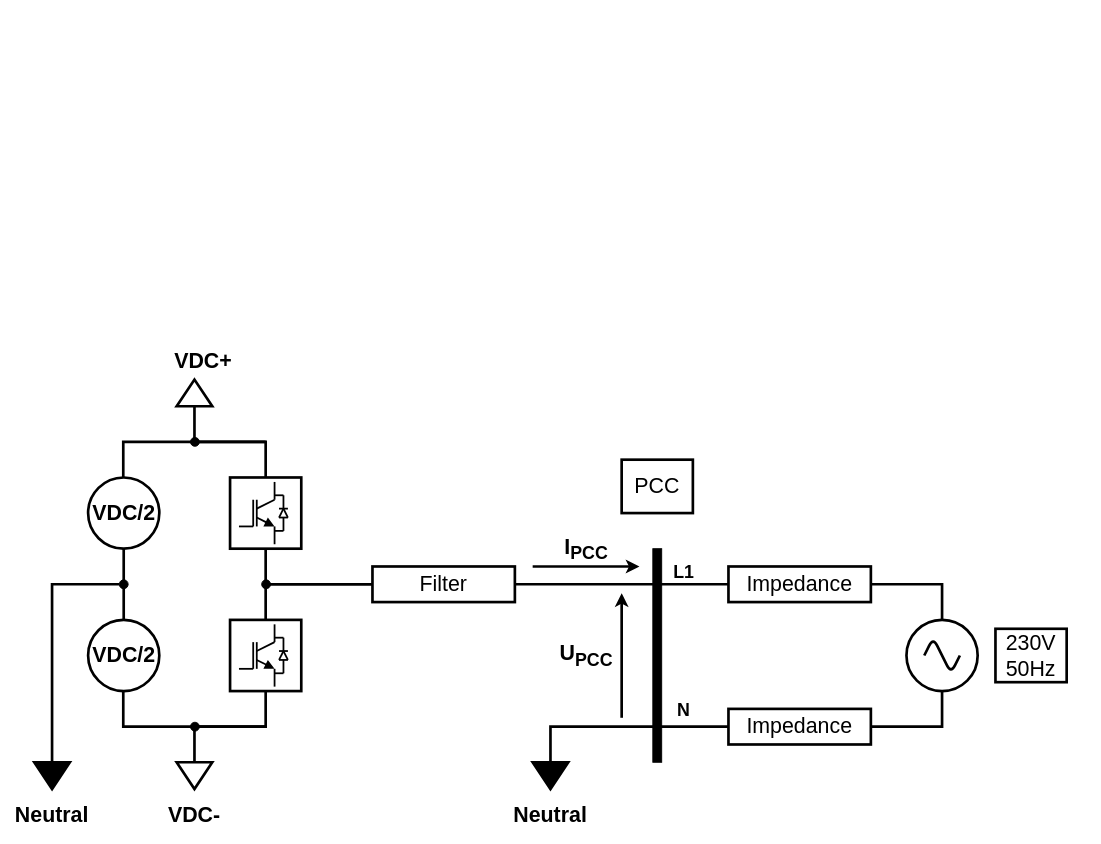
SukuWc/SGM-Inverter keeps this draw.io diagram as page "Updated Model" (6 of 11) of Graphics/Inverter Graphics.drawio. Above is the earlier version. Source tidied: cells renumbered, new cells numbered last; positions are measured from the earlier drawing's top-left corner, leaving out a move shared by most shapes. Both pictures are drawn from the tidied source at 89%, with x=0, y=0 at pixel (34, 352).
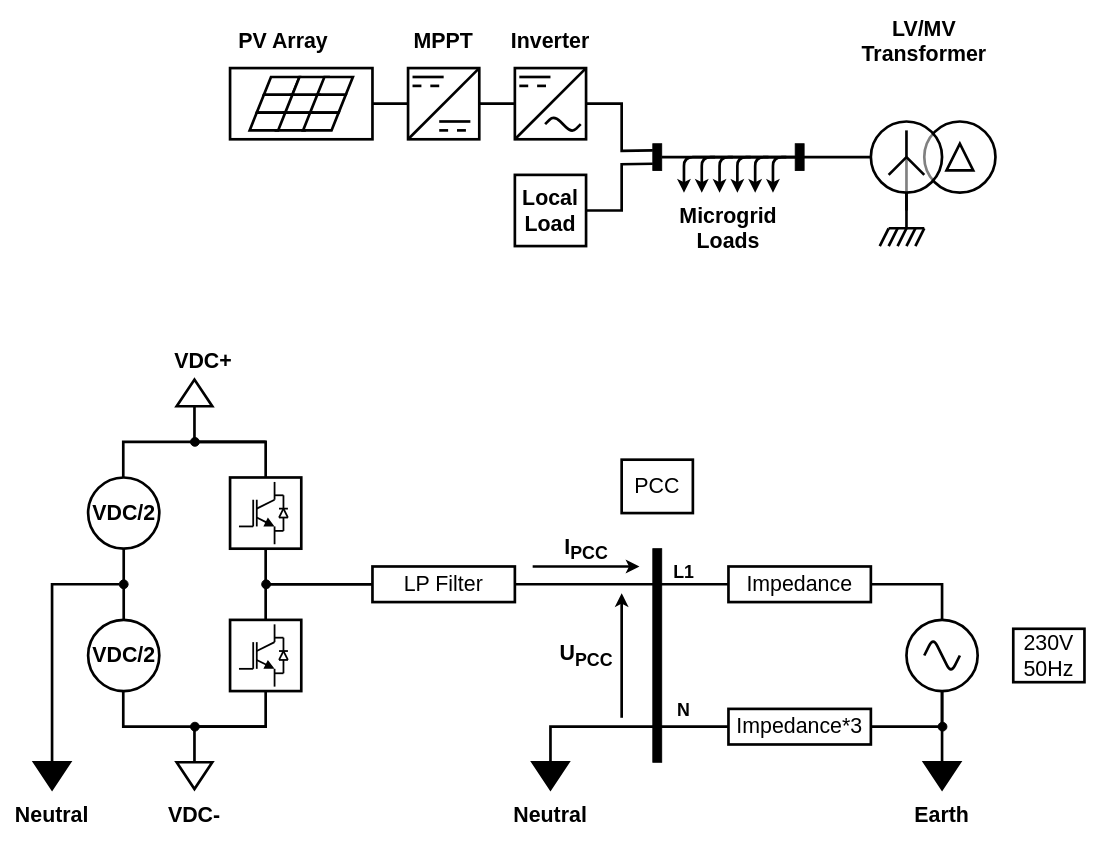
Above is the later version.

The change refers to these unchanged cells:
```xml
<mxCell id="50" style="ellipse;whiteSpace=wrap;html=1;strokeWidth=3;" parent="1" vertex="1">
  <mxGeometry x="980" y="300" width="80" height="80" as="geometry" />
</mxCell>
```

Change to the diagram source:
```diff
@@
+    <mxCell id="73" style="edgeStyle=none;rounded=0;jettySize=auto;html=1;exitX=1;exitY=0.5;exitDx=0;exitDy=0;entryX=0;entryY=0.5;entryDx=0;entryDy=0;labelBackgroundColor=none;endArrow=none;endFill=0;strokeWidth=3;fontSize=24;" parent="1" edge="1" source="74" target="114">
+      <mxGeometry relative="1" as="geometry" />
+    </mxCell>
+    <mxCell id="74" style="rounded=0;whiteSpace=wrap;html=1;strokeColor=#000000;strokeWidth=3;fillColor=#ffffff;gradientColor=none;fontSize=24;" parent="1" vertex="1">
+      <mxGeometry x="220" y="-320" width="160" height="80" as="geometry" />
+    </mxCell>
+    <mxCell id="75" style="ellipse;whiteSpace=wrap;html=1;strokeWidth=3;gradientDirection=east;gradientColor=#ffffff;" parent="1" vertex="1">
+      <mxGeometry x="1000" y="-260" width="80" height="80" as="geometry" />
+    </mxCell>
@@
-    <mxCell id="8" value="Filter" style="rounded=0;whiteSpace=wrap;html=1;strokeWidth=3;fontSize=24;" parent="1" vertex="1">
+    <mxCell id="8" value="LP Filter" style="rounded=0;whiteSpace=wrap;html=1;strokeWidth=3;fontSize=24;" parent="1" vertex="1">
       <mxGeometry x="380" y="240" width="160" height="40" as="geometry" />
     </mxCell>
@@
-    <mxCell id="48" value="Impedance" style="rounded=0;whiteSpace=wrap;html=1;strokeWidth=3;fontSize=24;" parent="1" vertex="1">
+    <mxCell id="48" value="Impedance*3" style="rounded=0;whiteSpace=wrap;html=1;strokeWidth=3;fontSize=24;" parent="1" vertex="1">
       <mxGeometry x="780" y="400" width="160" height="40" as="geometry" />
     </mxCell>
@@
     <mxCell id="52" value="230V&lt;br&gt;50Hz" style="rounded=0;whiteSpace=wrap;html=1;strokeWidth=3;fontSize=24;" parent="1" vertex="1">
-      <mxGeometry x="1080" y="310" width="80" height="60" as="geometry" />
+      <mxGeometry x="1100" y="310" width="80" height="60" as="geometry" />
     </mxCell>
@@
+    <mxCell id="76" style="edgeStyle=orthogonalEdgeStyle;rounded=0;jettySize=auto;html=1;exitX=0;exitY=0.5;exitDx=0;exitDy=0;entryX=0.5;entryY=1;entryDx=0;entryDy=0;endArrow=none;endFill=0;strokeWidth=3;" parent="1" edge="1" source="77" target="50">
+      <mxGeometry relative="1" as="geometry" />
+    </mxCell>
+    <mxCell id="77" style="triangle;whiteSpace=wrap;html=1;strokeWidth=3;direction=south;fillColor=#000000;" parent="1" vertex="1">
+      <mxGeometry x="1000" y="460" width="40" height="30" as="geometry" />
+    </mxCell>
+    <mxCell id="78" value="Earth" style="text;html=1;strokeColor=none;fillColor=none;align=center;verticalAlign=middle;whiteSpace=wrap;rounded=0;fontStyle=1;fontSize=24;" parent="1" vertex="1">
+      <mxGeometry x="1000" y="510" width="40" height="20" as="geometry" />
+    </mxCell>
+    <mxCell id="79" style="ellipse;whiteSpace=wrap;html=1;fillColor=#000000;" parent="1" vertex="1">
+      <mxGeometry x="1015.5" y="415" width="10" height="10" as="geometry" />
+    </mxCell>
+    <mxCell id="80" style="edgeStyle=orthogonalEdgeStyle;rounded=0;jettySize=auto;html=1;exitX=0.5;exitY=1;exitDx=0;exitDy=0;endArrow=none;endFill=0;strokeWidth=3;" parent="1" edge="1" source="82">
+      <mxGeometry relative="1" as="geometry">
+        <mxPoint x="980" y="-220" as="targetPoint" />
+      </mxGeometry>
+    </mxCell>
+    <mxCell id="81" style="edgeStyle=orthogonalEdgeStyle;rounded=0;jettySize=auto;html=1;exitX=0.5;exitY=1;exitDx=0;exitDy=0;endArrow=none;endFill=0;strokeWidth=3;" parent="1" edge="1" source="82">
+      <mxGeometry relative="1" as="geometry">
+        <mxPoint x="980" y="-140" as="targetPoint" />
+      </mxGeometry>
+    </mxCell>
+    <mxCell id="82" style="ellipse;whiteSpace=wrap;html=1;strokeWidth=3;fillOpacity=50;" parent="1" vertex="1">
+      <mxGeometry x="940" y="-260" width="80" height="80" as="geometry" />
+    </mxCell>
+    <mxCell id="83" style="endArrow=none;html=1;strokeWidth=3;" parent="1" edge="1">
+      <mxGeometry relative="1" as="geometry">
+        <mxPoint x="960" y="-200" as="sourcePoint" />
+        <mxPoint x="980" y="-220" as="targetPoint" />
+      </mxGeometry>
+    </mxCell>
+    <mxCell id="84" style="endArrow=none;html=1;strokeWidth=3;" parent="1" edge="1">
+      <mxGeometry relative="1" as="geometry">
+        <mxPoint x="1000" y="-200" as="sourcePoint" />
+        <mxPoint x="980" y="-220" as="targetPoint" />
+      </mxGeometry>
+    </mxCell>
+    <mxCell id="85" style="endArrow=none;html=1;strokeWidth=3;" parent="1" edge="1">
+      <mxGeometry relative="1" as="geometry">
+        <mxPoint x="980" y="-250" as="sourcePoint" />
+        <mxPoint x="980" y="-220" as="targetPoint" />
+      </mxGeometry>
+    </mxCell>
+    <mxCell id="86" style="triangle;whiteSpace=wrap;html=1;fillColor=none;strokeWidth=3;direction=north;" parent="1" vertex="1">
+      <mxGeometry x="1025" y="-235" width="30" height="30" as="geometry" />
+    </mxCell>
+    <mxCell id="87" style="endArrow=none;html=1;strokeWidth=3;" parent="1" edge="1">
+      <mxGeometry relative="1" as="geometry">
+        <mxPoint x="950" y="-120" as="sourcePoint" />
+        <mxPoint x="960" y="-140" as="targetPoint" />
+      </mxGeometry>
+    </mxCell>
+    <mxCell id="88" style="endArrow=none;html=1;strokeWidth=3;" parent="1" edge="1">
+      <mxGeometry relative="1" as="geometry">
+        <mxPoint x="960" y="-120" as="sourcePoint" />
+        <mxPoint x="970" y="-140" as="targetPoint" />
+      </mxGeometry>
+    </mxCell>
+    <mxCell id="89" style="endArrow=none;html=1;strokeWidth=3;" parent="1" edge="1">
+      <mxGeometry relative="1" as="geometry">
+        <mxPoint x="970" y="-120" as="sourcePoint" />
+        <mxPoint x="980" y="-140" as="targetPoint" />
+      </mxGeometry>
+    </mxCell>
+    <mxCell id="90" style="endArrow=none;html=1;strokeWidth=3;" parent="1" edge="1">
+      <mxGeometry relative="1" as="geometry">
+        <mxPoint x="980" y="-120" as="sourcePoint" />
+        <mxPoint x="990" y="-140" as="targetPoint" />
+      </mxGeometry>
+    </mxCell>
+    <mxCell id="91" style="endArrow=none;html=1;strokeWidth=3;" parent="1" edge="1">
+      <mxGeometry relative="1" as="geometry">
+        <mxPoint x="960" y="-140" as="sourcePoint" />
+        <mxPoint x="1000" y="-140" as="targetPoint" />
+      </mxGeometry>
+    </mxCell>
+    <mxCell id="92" style="endArrow=none;html=1;strokeWidth=3;" parent="1" edge="1">
+      <mxGeometry relative="1" as="geometry">
+        <mxPoint x="990" y="-120" as="sourcePoint" />
+        <mxPoint x="1000" y="-140" as="targetPoint" />
+      </mxGeometry>
+    </mxCell>
+    <mxCell id="93" style="endArrow=none;html=1;strokeWidth=3;entryX=0;entryY=0.5;entryDx=0;entryDy=0;" parent="1" edge="1" target="82">
+      <mxGeometry relative="1" as="geometry">
+        <mxPoint x="860" y="-220" as="sourcePoint" />
+      </mxGeometry>
+    </mxCell>
+    <mxCell id="94" style="rounded=0;whiteSpace=wrap;html=1;fillColor=#000000;" parent="1" vertex="1">
+      <mxGeometry x="855" y="-235" width="10" height="30" as="geometry" />
+    </mxCell>
+    <mxCell id="95" style="edgeStyle=orthogonalEdgeStyle;rounded=0;jettySize=auto;html=1;exitX=1;exitY=0.5;exitDx=0;exitDy=0;entryX=0;entryY=0.5;entryDx=0;entryDy=0;endArrow=none;endFill=0;strokeWidth=3;" parent="1" edge="1" source="97" target="94">
+      <mxGeometry relative="1" as="geometry" />
+    </mxCell>
+    <mxCell id="96" style="edgeStyle=none;rounded=0;jettySize=auto;html=1;exitX=0;exitY=0.25;exitDx=0;exitDy=0;entryX=1;entryY=0.5;entryDx=0;entryDy=0;labelBackgroundColor=none;endArrow=none;endFill=0;strokeWidth=3;" parent="1" edge="1" source="97" target="98">
+      <mxGeometry relative="1" as="geometry">
+        <Array as="points">
+          <mxPoint x="660" y="-227" />
+          <mxPoint x="660" y="-280" />
+        </Array>
+      </mxGeometry>
+    </mxCell>
+    <mxCell id="97" style="rounded=0;whiteSpace=wrap;html=1;fillColor=#000000;" parent="1" vertex="1">
+      <mxGeometry x="695" y="-235" width="10" height="30" as="geometry" />
+    </mxCell>
+    <mxCell id="98" style="whiteSpace=wrap;html=1;strokeWidth=3;" parent="1" vertex="1">
+      <mxGeometry x="540" y="-320" width="80" height="80" as="geometry" />
+    </mxCell>
+    <mxCell id="99" style="endArrow=none;html=1;strokeWidth=3;" parent="1" edge="1">
+      <mxGeometry relative="1" as="geometry">
+        <mxPoint x="545" y="-310" as="sourcePoint" />
+        <mxPoint x="580" y="-310" as="targetPoint" />
+      </mxGeometry>
+    </mxCell>
+    <mxCell id="100" style="rounded=0;orthogonalLoop=1;jettySize=auto;html=1;exitX=0;exitY=1;exitDx=0;exitDy=0;entryX=1;entryY=0;entryDx=0;entryDy=0;endArrow=none;endFill=0;strokeWidth=3;" parent="1" edge="1" source="98" target="98">
+      <mxGeometry relative="1" as="geometry" />
+    </mxCell>
+    <mxCell id="101" style="endArrow=none;html=1;strokeWidth=3;" parent="1" edge="1">
+      <mxGeometry relative="1" as="geometry">
+        <mxPoint x="574" y="-257" as="sourcePoint" />
+        <mxPoint x="614" y="-257" as="targetPoint" />
+        <Array as="points">
+          <mxPoint x="584" y="-267" />
+          <mxPoint x="604" y="-247" />
+        </Array>
+      </mxGeometry>
+    </mxCell>
+    <mxCell id="102" style="endArrow=none;html=1;strokeWidth=3;" parent="1" edge="1">
+      <mxGeometry relative="1" as="geometry">
+        <mxPoint x="545" y="-300" as="sourcePoint" />
+        <mxPoint x="555" y="-300" as="targetPoint" />
+      </mxGeometry>
+    </mxCell>
+    <mxCell id="103" style="endArrow=none;html=1;strokeWidth=3;" parent="1" edge="1">
+      <mxGeometry relative="1" as="geometry">
+        <mxPoint x="565" y="-300" as="sourcePoint" />
+        <mxPoint x="575" y="-300" as="targetPoint" />
+      </mxGeometry>
+    </mxCell>
+    <mxCell id="104" style="endArrow=classic;html=1;strokeWidth=3;exitX=0;exitY=0.5;exitDx=0;exitDy=0;" parent="1" edge="1">
+      <mxGeometry relative="1" as="geometry">
+        <mxPoint x="865" y="-220" as="sourcePoint" />
+        <mxPoint x="830" y="-180" as="targetPoint" />
+        <Array as="points">
+          <mxPoint x="830" y="-220" />
+        </Array>
+      </mxGeometry>
+    </mxCell>
+    <mxCell id="105" style="endArrow=classic;html=1;strokeWidth=3;exitX=0;exitY=0.5;exitDx=0;exitDy=0;" parent="1" edge="1">
+      <mxGeometry relative="1" as="geometry">
+        <mxPoint x="845" y="-220" as="sourcePoint" />
+        <mxPoint x="810" y="-180" as="targetPoint" />
+        <Array as="points">
+          <mxPoint x="810" y="-220" />
+        </Array>
+      </mxGeometry>
+    </mxCell>
+    <mxCell id="106" style="endArrow=classic;html=1;strokeWidth=3;exitX=0;exitY=0.5;exitDx=0;exitDy=0;" parent="1" edge="1">
+      <mxGeometry relative="1" as="geometry">
+        <mxPoint x="825" y="-220" as="sourcePoint" />
+        <mxPoint x="790" y="-180" as="targetPoint" />
+        <Array as="points">
+          <mxPoint x="790" y="-220" />
+        </Array>
+      </mxGeometry>
+    </mxCell>
+    <mxCell id="107" style="endArrow=classic;html=1;strokeWidth=3;exitX=0;exitY=0.5;exitDx=0;exitDy=0;" parent="1" edge="1">
+      <mxGeometry relative="1" as="geometry">
+        <mxPoint x="805" y="-220" as="sourcePoint" />
+        <mxPoint x="770" y="-180" as="targetPoint" />
+        <Array as="points">
+          <mxPoint x="770" y="-220" />
+        </Array>
+      </mxGeometry>
+    </mxCell>
+    <mxCell id="108" style="endArrow=classic;html=1;strokeWidth=3;exitX=0;exitY=0.5;exitDx=0;exitDy=0;" parent="1" edge="1">
+      <mxGeometry relative="1" as="geometry">
+        <mxPoint x="785" y="-220" as="sourcePoint" />
+        <mxPoint x="750" y="-180" as="targetPoint" />
+        <Array as="points">
+          <mxPoint x="750" y="-220" />
+        </Array>
+      </mxGeometry>
+    </mxCell>
+    <mxCell id="109" style="endArrow=classic;html=1;strokeWidth=3;exitX=0;exitY=0.5;exitDx=0;exitDy=0;" parent="1" edge="1">
+      <mxGeometry relative="1" as="geometry">
+        <mxPoint x="765" y="-220" as="sourcePoint" />
+        <mxPoint x="730" y="-180" as="targetPoint" />
+        <Array as="points">
+          <mxPoint x="730" y="-220" />
+        </Array>
+      </mxGeometry>
+    </mxCell>
+    <mxCell id="110" value="Microgrid Loads" style="text;html=1;strokeColor=none;fillColor=none;align=center;verticalAlign=middle;whiteSpace=wrap;rounded=0;fontStyle=1;fontSize=24;" parent="1" vertex="1">
+      <mxGeometry x="760" y="-150" width="40" height="20" as="geometry" />
+    </mxCell>
+    <mxCell id="111" style="edgeStyle=none;rounded=0;jettySize=auto;html=1;exitX=1;exitY=0.5;exitDx=0;exitDy=0;entryX=0;entryY=0.75;entryDx=0;entryDy=0;labelBackgroundColor=none;endArrow=none;endFill=0;strokeWidth=3;" parent="1" edge="1" source="112" target="97">
+      <mxGeometry relative="1" as="geometry">
+        <Array as="points">
+          <mxPoint x="660" y="-160" />
+          <mxPoint x="660" y="-212" />
+        </Array>
+      </mxGeometry>
+    </mxCell>
+    <mxCell id="112" value="Local&lt;br style=&quot;font-size: 24px;&quot;&gt;Load" style="whiteSpace=wrap;html=1;strokeWidth=3;fontSize=24;fontStyle=1;" parent="1" vertex="1">
+      <mxGeometry x="540" y="-200" width="80" height="80" as="geometry" />
+    </mxCell>
+    <mxCell id="113" style="edgeStyle=none;rounded=0;jettySize=auto;html=1;exitX=1;exitY=0.5;exitDx=0;exitDy=0;entryX=0;entryY=0.5;entryDx=0;entryDy=0;labelBackgroundColor=none;endArrow=none;endFill=0;strokeWidth=3;fontSize=24;" parent="1" edge="1" source="114" target="98">
+      <mxGeometry relative="1" as="geometry" />
+    </mxCell>
+    <mxCell id="114" style="whiteSpace=wrap;html=1;strokeWidth=3;" parent="1" vertex="1">
+      <mxGeometry x="420" y="-320" width="80" height="80" as="geometry" />
+    </mxCell>
+    <mxCell id="115" style="endArrow=none;html=1;strokeWidth=3;" parent="1" edge="1">
+      <mxGeometry relative="1" as="geometry">
+        <mxPoint x="425" y="-310" as="sourcePoint" />
+        <mxPoint x="460" y="-310" as="targetPoint" />
+      </mxGeometry>
+    </mxCell>
+    <mxCell id="116" style="rounded=0;orthogonalLoop=1;jettySize=auto;html=1;exitX=0;exitY=1;exitDx=0;exitDy=0;entryX=1;entryY=0;entryDx=0;entryDy=0;endArrow=none;endFill=0;strokeWidth=3;" parent="1" edge="1" source="114" target="114">
+      <mxGeometry relative="1" as="geometry" />
+    </mxCell>
+    <mxCell id="117" style="endArrow=none;html=1;strokeWidth=3;" parent="1" edge="1">
+      <mxGeometry relative="1" as="geometry">
+        <mxPoint x="425" y="-300" as="sourcePoint" />
+        <mxPoint x="435" y="-300" as="targetPoint" />
+      </mxGeometry>
+    </mxCell>
+    <mxCell id="118" style="endArrow=none;html=1;strokeWidth=3;" parent="1" edge="1">
+      <mxGeometry relative="1" as="geometry">
+        <mxPoint x="445" y="-300" as="sourcePoint" />
+        <mxPoint x="455" y="-300" as="targetPoint" />
+      </mxGeometry>
+    </mxCell>
+    <mxCell id="119" style="endArrow=none;html=1;strokeWidth=3;" parent="1" edge="1">
+      <mxGeometry relative="1" as="geometry">
+        <mxPoint x="455" y="-260" as="sourcePoint" />
+        <mxPoint x="490" y="-260" as="targetPoint" />
+      </mxGeometry>
+    </mxCell>
+    <mxCell id="120" style="endArrow=none;html=1;strokeWidth=3;" parent="1" edge="1">
+      <mxGeometry relative="1" as="geometry">
+        <mxPoint x="455" y="-250" as="sourcePoint" />
+        <mxPoint x="465" y="-250" as="targetPoint" />
+      </mxGeometry>
+    </mxCell>
+    <mxCell id="121" style="endArrow=none;html=1;strokeWidth=3;" parent="1" edge="1">
+      <mxGeometry relative="1" as="geometry">
+        <mxPoint x="475" y="-250" as="sourcePoint" />
+        <mxPoint x="485" y="-250" as="targetPoint" />
+      </mxGeometry>
+    </mxCell>
+    <mxCell id="122" value="MPPT" style="text;html=1;strokeColor=none;fillColor=none;align=center;verticalAlign=middle;whiteSpace=wrap;rounded=0;fontStyle=1;fontSize=24;" parent="1" vertex="1">
+      <mxGeometry x="440" y="-360" width="40" height="20" as="geometry" />
+    </mxCell>
+    <mxCell id="123" value="Inverter" style="text;html=1;strokeColor=none;fillColor=none;align=center;verticalAlign=middle;whiteSpace=wrap;rounded=0;fontStyle=1;fontSize=24;" parent="1" vertex="1">
+      <mxGeometry x="560" y="-360" width="40" height="20" as="geometry" />
+    </mxCell>
+    <mxCell id="124" value="PV Array" style="text;html=1;strokeColor=none;fillColor=none;align=center;verticalAlign=middle;whiteSpace=wrap;rounded=0;fontStyle=1;fontSize=24;" parent="1" vertex="1">
+      <mxGeometry x="220" y="-360" width="120" height="20" as="geometry" />
+    </mxCell>
+    <mxCell id="125" style="shape=parallelogram;perimeter=parallelogramPerimeter;whiteSpace=wrap;html=1;strokeColor=#000000;strokeWidth=3;fillColor=#ffffff;gradientColor=none;fontSize=24;" parent="1" vertex="1">
+      <mxGeometry x="258" y="-310" width="40" height="20" as="geometry" />
+    </mxCell>
+    <mxCell id="126" style="shape=parallelogram;perimeter=parallelogramPerimeter;whiteSpace=wrap;html=1;strokeColor=#000000;strokeWidth=3;fillColor=#ffffff;gradientColor=none;fontSize=24;" parent="1" vertex="1">
+      <mxGeometry x="290" y="-310" width="40" height="20" as="geometry" />
+    </mxCell>
+    <mxCell id="127" style="shape=parallelogram;perimeter=parallelogramPerimeter;whiteSpace=wrap;html=1;strokeColor=#000000;strokeWidth=3;fillColor=#ffffff;gradientColor=none;fontSize=24;" parent="1" vertex="1">
+      <mxGeometry x="318" y="-310" width="40" height="20" as="geometry" />
+    </mxCell>
+    <mxCell id="128" style="shape=parallelogram;perimeter=parallelogramPerimeter;whiteSpace=wrap;html=1;strokeColor=#000000;strokeWidth=3;fillColor=#ffffff;gradientColor=none;fontSize=24;" parent="1" vertex="1">
+      <mxGeometry x="280" y="-290" width="40" height="20" as="geometry" />
+    </mxCell>
+    <mxCell id="129" style="shape=parallelogram;perimeter=parallelogramPerimeter;whiteSpace=wrap;html=1;strokeColor=#000000;strokeWidth=3;fillColor=#ffffff;gradientColor=none;fontSize=24;" parent="1" vertex="1">
+      <mxGeometry x="250" y="-290" width="40" height="20" as="geometry" />
+    </mxCell>
+    <mxCell id="130" style="shape=parallelogram;perimeter=parallelogramPerimeter;whiteSpace=wrap;html=1;strokeColor=#000000;strokeWidth=3;fillColor=#ffffff;gradientColor=none;fontSize=24;" parent="1" vertex="1">
+      <mxGeometry x="310" y="-290" width="40" height="20" as="geometry" />
+    </mxCell>
+    <mxCell id="131" style="shape=parallelogram;perimeter=parallelogramPerimeter;whiteSpace=wrap;html=1;strokeColor=#000000;strokeWidth=3;fillColor=#ffffff;gradientColor=none;fontSize=24;" parent="1" vertex="1">
+      <mxGeometry x="272" y="-270" width="40" height="20" as="geometry" />
+    </mxCell>
+    <mxCell id="132" style="shape=parallelogram;perimeter=parallelogramPerimeter;whiteSpace=wrap;html=1;strokeColor=#000000;strokeWidth=3;fillColor=#ffffff;gradientColor=none;fontSize=24;" parent="1" vertex="1">
+      <mxGeometry x="242" y="-270" width="40" height="20" as="geometry" />
+    </mxCell>
+    <mxCell id="133" style="shape=parallelogram;perimeter=parallelogramPerimeter;whiteSpace=wrap;html=1;strokeColor=#000000;strokeWidth=3;fillColor=#ffffff;gradientColor=none;fontSize=24;" parent="1" vertex="1">
+      <mxGeometry x="302" y="-270" width="40" height="20" as="geometry" />
+    </mxCell>
+    <mxCell id="134" value="LV/MV&lt;br&gt;Transformer" style="text;html=1;strokeColor=none;fillColor=none;align=center;verticalAlign=middle;whiteSpace=wrap;rounded=0;fontStyle=1;fontSize=24;" parent="1" vertex="1">
+      <mxGeometry x="980" y="-360" width="40" height="20" as="geometry" />
+    </mxCell>
```
